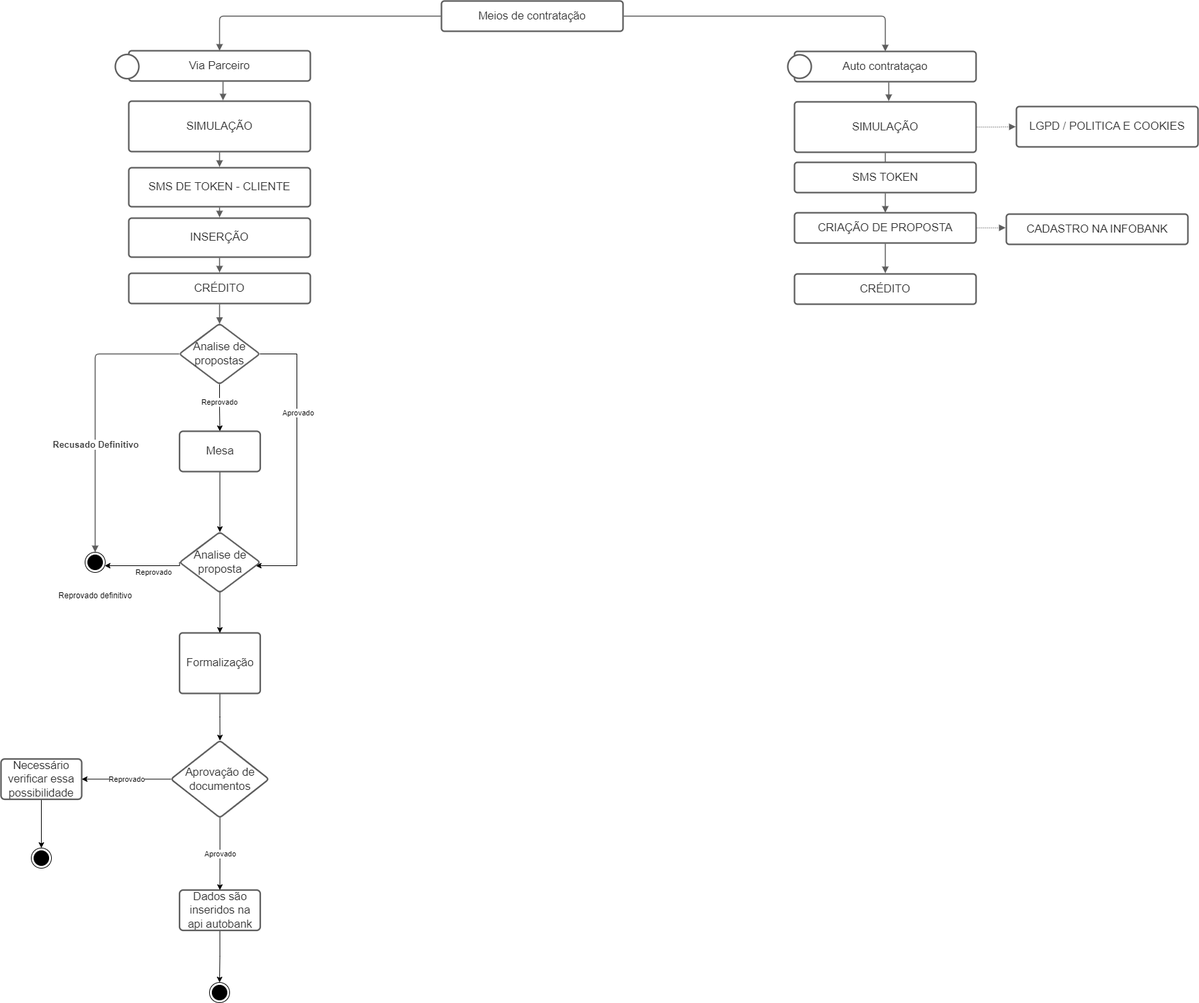
The draw.io diagram Meios de contratação.drawio.png in uma-risadinha/Diagramas, before a commit. Source tidied: cells renumbered, new cells last; positions are measured from the earlier drawing's top-left corner, leaving out a move shared by most shapes.
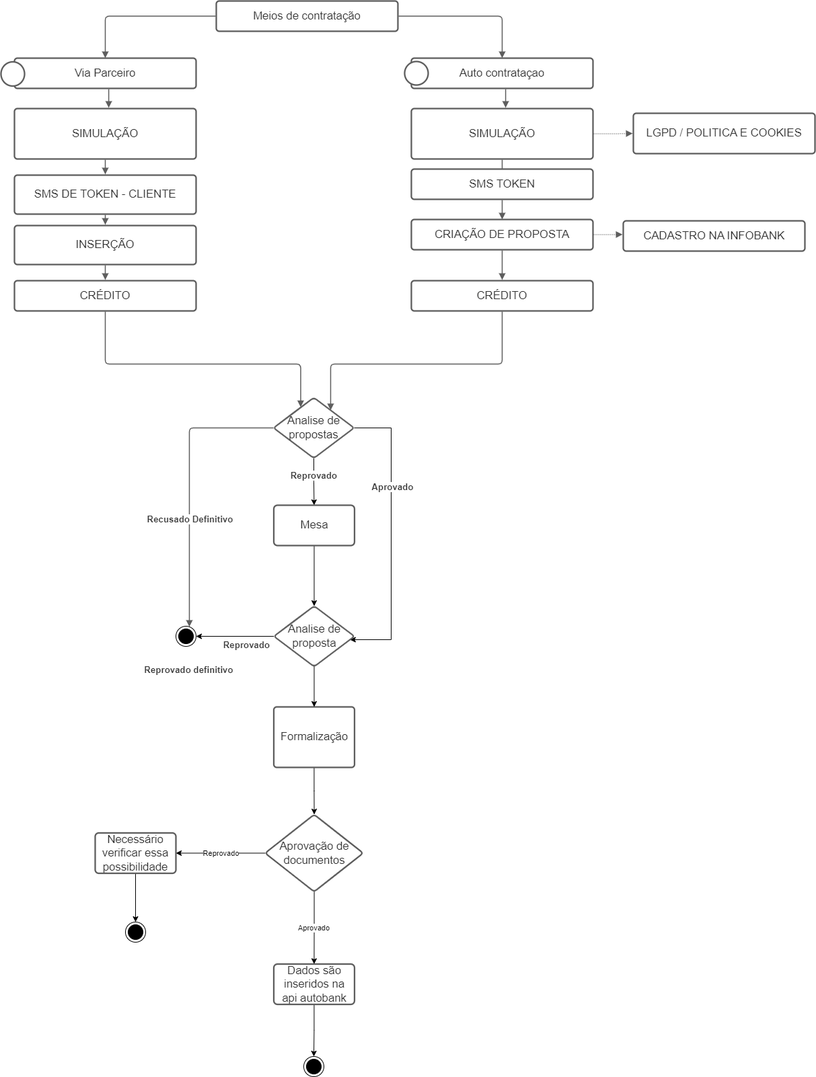
The same diagram one commit later.

What changed in the source:
```diff
@@ -3,16 +3,16 @@
     <mxCell id="0" />
     <mxCell id="1" parent="0" />
     <mxCell id="2" value="SMS DE TOKEN - CLIENTE" style="html=1;overflow=block;blockSpacing=1;whiteSpace=wrap;fontSize=16.7;fontColor=#333333;spacing=9;strokeColor=#5e5e5e;strokeOpacity=100;rounded=1;absoluteArcSize=1;arcSize=9;strokeWidth=2.3;" parent="1" vertex="1">
-      <mxGeometry x="190" y="248" width="270" height="58" as="geometry" />
+      <mxGeometry x="370" y="219" width="270" height="58" as="geometry" />
     </mxCell>
     <mxCell id="3" value="INSERÇÃO" style="html=1;overflow=block;blockSpacing=1;whiteSpace=wrap;fontSize=16.7;fontColor=#333333;spacing=9;strokeColor=#5e5e5e;strokeOpacity=100;rounded=1;absoluteArcSize=1;arcSize=9;strokeWidth=2.3;" parent="1" vertex="1">
-      <mxGeometry x="190" y="323" width="270" height="58" as="geometry" />
+      <mxGeometry x="370" y="294" width="270" height="58" as="geometry" />
     </mxCell>
     <mxCell id="4" value="CRÉDITO" style="html=1;overflow=block;blockSpacing=1;whiteSpace=wrap;fontSize=16.7;fontColor=#333333;spacing=9;strokeColor=#5e5e5e;strokeOpacity=100;rounded=1;absoluteArcSize=1;arcSize=9;strokeWidth=2.3;" parent="1" vertex="1">
-      <mxGeometry x="190" y="405" width="270" height="45" as="geometry" />
+      <mxGeometry x="370" y="376" width="270" height="45" as="geometry" />
     </mxCell>
     <mxCell id="5" value="SIMULAÇÃO" style="html=1;overflow=block;blockSpacing=1;whiteSpace=wrap;fontSize=16.7;fontColor=#333333;spacing=3.8;strokeColor=#5e5e5e;strokeOpacity=100;rounded=1;absoluteArcSize=1;arcSize=9;strokeWidth=2.3;" parent="1" vertex="1">
-      <mxGeometry x="190" y="149" width="270" height="75" as="geometry" />
+      <mxGeometry x="370" y="120" width="270" height="75" as="geometry" />
     </mxCell>
     <mxCell id="6" style="html=1;jettySize=18;whiteSpace=wrap;fontSize=13;strokeColor=#5E5E5E;strokeWidth=1.5;rounded=1;arcSize=12;edgeStyle=orthogonalEdgeStyle;startArrow=none;endArrow=block;endFill=1;exitX=0.5;exitY=1.015;exitPerimeter=0;entryX=0.5;entryY=-0.019;entryPerimeter=0;" parent="1" edge="1" source="5" target="2">
       <mxGeometry relative="1" as="geometry" />
@@ -24,50 +24,58 @@
       <mxGeometry relative="1" as="geometry" />
     </mxCell>
     <mxCell id="9" value="Via Parceiro" style="html=1;overflow=block;blockSpacing=1;whiteSpace=wrap;fontSize=16.7;fontColor=#333333;spacing=9;strokeColor=#5e5e5e;strokeOpacity=100;rounded=1;absoluteArcSize=1;arcSize=9;strokeWidth=2.3;" parent="1" vertex="1">
-      <mxGeometry x="190" y="74" width="270" height="45" as="geometry" />
+      <mxGeometry x="370" y="45" width="270" height="45" as="geometry" />
     </mxCell>
     <mxCell id="10" style="html=1;jettySize=18;whiteSpace=wrap;fontSize=13;strokeColor=#5E5E5E;strokeWidth=1.5;rounded=1;arcSize=12;edgeStyle=orthogonalEdgeStyle;startArrow=none;endArrow=block;endFill=1;exitX=0.519;exitY=1.024;exitPerimeter=0;entryX=0.519;entryY=-0.015;entryPerimeter=0;" parent="1" edge="1" source="9" target="5">
       <mxGeometry relative="1" as="geometry" />
     </mxCell>
     <mxCell id="11" value="SIMULAÇÃO" style="html=1;overflow=block;blockSpacing=1;whiteSpace=wrap;fontSize=16.7;fontColor=#333333;spacing=3.8;strokeColor=#5e5e5e;strokeOpacity=100;rounded=1;absoluteArcSize=1;arcSize=9;strokeWidth=2.3;" parent="1" vertex="1">
-      <mxGeometry x="1180" y="150" width="270" height="75" as="geometry" />
+      <mxGeometry x="960" y="120" width="270" height="75" as="geometry" />
     </mxCell>
     <mxCell id="12" value="Auto contrataçao" style="html=1;overflow=block;blockSpacing=1;whiteSpace=wrap;fontSize=16.7;fontColor=#333333;spacing=9;strokeColor=#5e5e5e;strokeOpacity=100;rounded=1;absoluteArcSize=1;arcSize=9;strokeWidth=2.3;" parent="1" vertex="1">
-      <mxGeometry x="1180" y="75" width="270" height="45" as="geometry" />
+      <mxGeometry x="960" y="45" width="270" height="45" as="geometry" />
     </mxCell>
     <mxCell id="13" style="html=1;jettySize=18;whiteSpace=wrap;fontSize=13;strokeColor=#5E5E5E;strokeWidth=1.5;rounded=1;arcSize=12;edgeStyle=orthogonalEdgeStyle;startArrow=none;endArrow=block;endFill=1;exitX=0.519;exitY=1.024;exitPerimeter=0;entryX=0.519;entryY=-0.015;entryPerimeter=0;" parent="1" edge="1" source="12" target="11">
       <mxGeometry relative="1" as="geometry" />
     </mxCell>
     <mxCell id="14" style="html=1;jettySize=18;whiteSpace=wrap;fontSize=13;strokeColor=#5E5E5E;strokeWidth=1.5;rounded=1;arcSize=12;edgeStyle=orthogonalEdgeStyle;startArrow=none;endArrow=block;endFill=1;exitX=0.5;exitY=1.015;exitPerimeter=0;" parent="1" edge="1" source="11">
       <mxGeometry relative="1" as="geometry">
-        <mxPoint x="1315" y="255" as="targetPoint" />
+        <mxPoint x="1095" y="225" as="targetPoint" />
       </mxGeometry>
     </mxCell>
     <mxCell id="15" value="SMS TOKEN" style="html=1;overflow=block;blockSpacing=1;whiteSpace=wrap;fontSize=16.7;fontColor=#333333;spacing=9;strokeColor=#5e5e5e;strokeOpacity=100;rounded=1;absoluteArcSize=1;arcSize=9;strokeWidth=2.3;" parent="1" vertex="1">
-      <mxGeometry x="1180" y="240" width="270" height="45" as="geometry" />
+      <mxGeometry x="960" y="210" width="270" height="45" as="geometry" />
     </mxCell>
     <mxCell id="16" style="html=1;jettySize=18;whiteSpace=wrap;fontSize=13;strokeColor=#5E5E5E;strokeWidth=1.5;rounded=1;arcSize=12;edgeStyle=orthogonalEdgeStyle;startArrow=none;endArrow=block;endFill=1;exitX=0.5;exitY=1.024;exitPerimeter=0;" parent="1" edge="1" source="15">
       <mxGeometry relative="1" as="geometry">
-        <mxPoint x="1315" y="315" as="targetPoint" />
+        <mxPoint x="1095" y="285" as="targetPoint" />
       </mxGeometry>
     </mxCell>
     <mxCell id="17" value="CRIAÇÃO DE PROPOSTA " style="html=1;overflow=block;blockSpacing=1;whiteSpace=wrap;fontSize=16.7;fontColor=#333333;spacing=9;strokeColor=#5e5e5e;strokeOpacity=100;rounded=1;absoluteArcSize=1;arcSize=9;strokeWidth=2.3;" parent="1" vertex="1">
-      <mxGeometry x="1180" y="315" width="270" height="45" as="geometry" />
+      <mxGeometry x="960" y="285" width="270" height="45" as="geometry" />
     </mxCell>
     <mxCell id="18" style="html=1;jettySize=18;whiteSpace=wrap;fontSize=13;strokeColor=#5E5E5E;dashed=1;fixDash=1;dashPattern=1 2;strokeWidth=1.5;rounded=1;arcSize=12;edgeStyle=orthogonalEdgeStyle;startArrow=none;endArrow=block;endFill=1;exitX=1.004;exitY=0.5;exitPerimeter=0;entryX=-0.004;entryY=0.451;entryPerimeter=0;" parent="1" edge="1" source="17" target="19">
       <mxGeometry relative="1" as="geometry" />
     </mxCell>
     <mxCell id="19" value="CADASTRO NA INFOBANK" style="html=1;overflow=block;blockSpacing=1;whiteSpace=wrap;fontSize=16.7;fontColor=#333333;spacing=9;strokeColor=#5e5e5e;strokeOpacity=100;rounded=1;absoluteArcSize=1;arcSize=9;strokeWidth=2.3;" parent="1" vertex="1">
-      <mxGeometry x="1495" y="317" width="270" height="45" as="geometry" />
+      <mxGeometry x="1275" y="287" width="270" height="45" as="geometry" />
     </mxCell>
+    <mxCell id="55" style="html=1;jettySize=18;whiteSpace=wrap;fontSize=13;strokeColor=#5E5E5E;strokeWidth=1.5;rounded=1;arcSize=12;edgeStyle=orthogonalEdgeStyle;startArrow=none;endArrow=block;endFill=1;exitX=0.5;exitY=1.024;exitPerimeter=0;" parent="1" edge="1" source="20" target="31">
+      <mxGeometry relative="1" as="geometry">
+        <Array as="points">
+          <mxPoint x="1095" y="500" />
+          <mxPoint x="840" y="500" />
+        </Array>
+      </mxGeometry>
+    </mxCell>
     <mxCell id="20" value="CRÉDITO " style="html=1;overflow=block;blockSpacing=1;whiteSpace=wrap;fontSize=16.7;fontColor=#333333;spacing=9;strokeColor=#5e5e5e;strokeOpacity=100;rounded=1;absoluteArcSize=1;arcSize=9;strokeWidth=2.3;" parent="1" vertex="1">
-      <mxGeometry x="1180" y="406" width="270" height="45" as="geometry" />
+      <mxGeometry x="960" y="376" width="270" height="45" as="geometry" />
     </mxCell>
     <mxCell id="21" style="html=1;jettySize=18;whiteSpace=wrap;fontSize=13;strokeColor=#5E5E5E;strokeWidth=1.5;rounded=1;arcSize=12;edgeStyle=orthogonalEdgeStyle;startArrow=none;endArrow=block;endFill=1;exitX=0.5;exitY=1.024;exitPerimeter=0;entryX=0.5;entryY=-0.024;entryPerimeter=0;" parent="1" edge="1" source="17" target="20">
       <mxGeometry relative="1" as="geometry" />
     </mxCell>
     <mxCell id="22" value="Meios de contratação" style="html=1;overflow=block;blockSpacing=1;whiteSpace=wrap;fontSize=16.7;fontColor=#333333;spacing=9;strokeColor=#5e5e5e;strokeOpacity=100;rounded=1;absoluteArcSize=1;arcSize=9;strokeWidth=2.3;" parent="1" vertex="1">
-      <mxGeometry x="655" width="270" height="45" as="geometry" />
+      <mxGeometry x="670" y="-40" width="270" height="45" as="geometry" />
     </mxCell>
     <mxCell id="23" style="html=1;jettySize=18;whiteSpace=wrap;fontSize=13;strokeColor=#5E5E5E;strokeWidth=1.5;rounded=1;arcSize=12;edgeStyle=orthogonalEdgeStyle;startArrow=none;endArrow=block;endFill=1;exitX=-0.004;exitY=0.5;exitPerimeter=0;entryX=0.5;entryY=0;entryDx=0;entryDy=0;" parent="1" edge="1" source="22" target="9">
       <mxGeometry relative="1" as="geometry" />
@@ -76,20 +84,25 @@
       <mxGeometry relative="1" as="geometry" />
     </mxCell>
     <mxCell id="25" value="LGPD / POLITICA E COOKIES" style="html=1;overflow=block;blockSpacing=1;whiteSpace=wrap;fontSize=16.7;fontColor=#333333;spacing=3.8;strokeColor=#5e5e5e;strokeOpacity=100;rounded=1;absoluteArcSize=1;arcSize=9;strokeWidth=2.3;" parent="1" vertex="1">
-      <mxGeometry x="1510" y="157" width="270" height="60" as="geometry" />
+      <mxGeometry x="1290" y="127" width="270" height="60" as="geometry" />
     </mxCell>
-    <mxCell id="26" style="html=1;jettySize=18;whiteSpace=wrap;fontSize=13;strokeColor=#5E5E5E;strokeWidth=1.5;rounded=1;arcSize=12;edgeStyle=orthogonalEdgeStyle;startArrow=none;endArrow=block;endFill=1;exitX=0.5;exitY=1.024;exitPerimeter=0;entryX=0.5;entryY=0.004;entryPerimeter=0;" parent="1" edge="1" source="4" target="31">
-      <mxGeometry relative="1" as="geometry" />
+    <mxCell id="26" style="html=1;jettySize=18;whiteSpace=wrap;fontSize=13;strokeColor=#5E5E5E;strokeWidth=1.5;rounded=1;arcSize=12;edgeStyle=orthogonalEdgeStyle;startArrow=none;endArrow=block;endFill=1;exitX=0.5;exitY=1.024;exitPerimeter=0;entryX=0.337;entryY=0.157;entryPerimeter=0;entryDx=0;entryDy=0;" parent="1" edge="1" source="4" target="31">
+      <mxGeometry relative="1" as="geometry">
+        <Array as="points">
+          <mxPoint x="505" y="500" />
+          <mxPoint x="795" y="500" />
+        </Array>
+      </mxGeometry>
     </mxCell>
     <mxCell id="27" style="edgeStyle=orthogonalEdgeStyle;rounded=0;jettySize=auto;html=1;" parent="1" edge="1" source="31" target="38">
       <mxGeometry relative="1" as="geometry">
         <Array as="points">
-          <mxPoint x="440" y="525" />
-          <mxPoint x="440" y="840" />
+          <mxPoint x="930" y="595" />
+          <mxPoint x="930" y="910" />
         </Array>
       </mxGeometry>
     </mxCell>
-    <mxCell id="28" value="Aprovado" style="edgeLabel;html=1;align=center;verticalAlign=middle;" parent="27" vertex="1">
+    <mxCell id="28" value="Aprovado" style="text;html=1;labelBackgroundColor=default;align=center;verticalAlign=middle;fontStyle=1;fontColor=#333333;fontSize=13.3;" parent="27" vertex="1">
       <mxGeometry x="-0.07" y="1" relative="1" as="geometry">
         <mxPoint y="-58" as="offset" />
       </mxGeometry>
@@ -97,22 +110,22 @@
     <mxCell id="29" style="edgeStyle=orthogonalEdgeStyle;rounded=0;jettySize=auto;html=1;" parent="1" edge="1" source="31" target="54">
       <mxGeometry relative="1" as="geometry" />
     </mxCell>
-    <mxCell id="30" value="Reprovado" style="edgeLabel;html=1;align=center;verticalAlign=middle;" parent="29" vertex="1">
+    <mxCell id="30" value="Reprovado" style="text;html=1;labelBackgroundColor=default;align=center;verticalAlign=middle;fontStyle=1;fontColor=#333333;fontSize=13.3;" parent="29" vertex="1">
       <mxGeometry x="-0.27" y="-1" relative="1" as="geometry" />
     </mxCell>
     <mxCell id="31" value="Analise de propostas" style="html=1;overflow=block;blockSpacing=1;whiteSpace=wrap;rhombus;fontSize=16.7;fontColor=#333333;spacing=3.8;strokeColor=#5e5e5e;strokeOpacity=100;rounded=1;absoluteArcSize=1;arcSize=9;strokeWidth=2.3;" parent="1" vertex="1">
-      <mxGeometry x="265" y="480" width="120" height="90" as="geometry" />
+      <mxGeometry x="755" y="550" width="120" height="90" as="geometry" />
     </mxCell>
     <mxCell id="32" style="edgeStyle=orthogonalEdgeStyle;rounded=0;jettySize=auto;html=1;" parent="1" edge="1" source="33" target="46">
       <mxGeometry relative="1" as="geometry" />
     </mxCell>
     <mxCell id="33" value="Formalização" style="html=1;overflow=block;blockSpacing=1;whiteSpace=wrap;fontSize=16.7;fontColor=#333333;spacing=9;strokeColor=#5e5e5e;strokeOpacity=100;rounded=1;absoluteArcSize=1;arcSize=9;strokeWidth=2.3;" parent="1" vertex="1">
-      <mxGeometry x="265.5" y="940" width="120" height="90" as="geometry" />
+      <mxGeometry x="755.5" y="1010" width="120" height="90" as="geometry" />
     </mxCell>
     <mxCell id="34" style="html=1;jettySize=18;whiteSpace=wrap;fontSize=13.3;fontColor=#333333;fontStyle=1;strokeColor=#5E5E5E;strokeWidth=1.5;rounded=1;arcSize=12;edgeStyle=orthogonalEdgeStyle;startArrow=none;endArrow=block;endFill=1;" parent="1" edge="1" source="31" target="42">
       <mxGeometry relative="1" as="geometry">
         <Array as="points">
-          <mxPoint x="140" y="525" />
+          <mxPoint x="630" y="595" />
         </Array>
       </mxGeometry>
     </mxCell>
@@ -121,33 +134,36 @@
         <mxPoint y="77" as="offset" />
       </mxGeometry>
     </mxCell>
-    <mxCell id="36" value="Reprovado" style="edgeStyle=orthogonalEdgeStyle;rounded=0;jettySize=auto;html=1;exitX=0;exitY=0.5;exitDx=0;exitDy=0;" parent="1" edge="1" source="38" target="42">
+    <mxCell id="36" value="Reprovado" style="text;html=1;labelBackgroundColor=default;align=center;verticalAlign=middle;fontStyle=1;fontColor=#333333;fontSize=13.3;" parent="1" edge="1" source="38" target="42">
       <mxGeometry x="-0.24" y="10" relative="1" as="geometry">
         <Array as="points">
-          <mxPoint x="266" y="840" />
+          <mxPoint x="756" y="910" />
         </Array>
       </mxGeometry>
     </mxCell>
     <mxCell id="37" style="edgeStyle=orthogonalEdgeStyle;rounded=0;jettySize=auto;html=1;" parent="1" edge="1" source="38" target="33">
       <mxGeometry relative="1" as="geometry" />
     </mxCell>
+    <mxCell id="56" style="edgeStyle=orthogonalEdgeStyle;rounded=0;jettySize=auto;html=1;" parent="1" edge="1" source="38" target="42">
+      <mxGeometry relative="1" as="geometry" />
+    </mxCell>
     <mxCell id="38" value="Analise de proposta" style="html=1;overflow=block;blockSpacing=1;whiteSpace=wrap;rhombus;fontSize=16.7;fontColor=#333333;spacing=3.8;strokeColor=#5e5e5e;strokeOpacity=100;rounded=1;absoluteArcSize=1;arcSize=9;strokeWidth=2.3;" parent="1" vertex="1">
-      <mxGeometry x="265.5" y="790" width="120" height="90" as="geometry" />
+      <mxGeometry x="755.5" y="860" width="120" height="90" as="geometry" />
     </mxCell>
     <mxCell id="39" style="html=1;overflow=block;blockSpacing=1;whiteSpace=wrap;shape=mxgraph.bpmn.shape;verticalLabelPosition=bottom;verticalAlign=top;outline=standard;fontSize=13;spacing=0;strokeColor=#5e5e5e;strokeOpacity=100;rounded=1;absoluteArcSize=1;arcSize=9;strokeWidth=2.3;" parent="1" vertex="1">
-      <mxGeometry x="170" y="79.5" width="35" height="36" as="geometry" />
+      <mxGeometry x="350" y="50.5" width="35" height="36" as="geometry" />
     </mxCell>
     <mxCell id="40" style="html=1;overflow=block;blockSpacing=1;whiteSpace=wrap;shape=mxgraph.bpmn.shape;verticalLabelPosition=bottom;verticalAlign=top;outline=standard;fontSize=13;spacing=0;strokeColor=#5e5e5e;strokeOpacity=100;rounded=1;absoluteArcSize=1;arcSize=9;strokeWidth=2.3;" parent="1" vertex="1">
-      <mxGeometry x="1170" y="80" width="35" height="35" as="geometry" />
+      <mxGeometry x="950" y="50" width="35" height="35" as="geometry" />
     </mxCell>
     <mxCell id="41" style="html=1;jettySize=18;whiteSpace=wrap;fontSize=13;strokeColor=#5E5E5E;strokeWidth=1.5;rounded=1;arcSize=12;edgeStyle=orthogonalEdgeStyle;startArrow=none;endArrow=block;endFill=1;exitX=1.004;exitY=0.5;exitPerimeter=0;entryX=0.5;entryY=0;entryDx=0;entryDy=0;" parent="1" edge="1" source="22" target="12">
       <mxGeometry relative="1" as="geometry" />
     </mxCell>
     <mxCell id="42" value="&amp;nbsp;" style="ellipse;html=1;shape=endState;fillColor=strokeColor;" parent="1" vertex="1">
-      <mxGeometry x="125" y="820" width="30" height="30" as="geometry" />
+      <mxGeometry x="610" y="890" width="30" height="30" as="geometry" />
     </mxCell>
-    <mxCell id="43" value="Reprovado definitivo" style="text;html=1;align=center;verticalAlign=middle;strokeColor=none;fillColor=none;" parent="1" vertex="1">
-      <mxGeometry x="75" y="870" width="130" height="30" as="geometry" />
+    <mxCell id="43" value="Reprovado definitivo" style="text;html=1;labelBackgroundColor=default;align=center;verticalAlign=middle;fontStyle=1;fontColor=#333333;fontSize=13.3;" parent="1" vertex="1">
+      <mxGeometry x="564" y="940" width="130" height="30" as="geometry" />
     </mxCell>
     <mxCell id="44" value="Aprovado" style="edgeStyle=orthogonalEdgeStyle;rounded=0;jettySize=auto;html=1;" parent="1" edge="1" source="46" target="48">
       <mxGeometry relative="1" as="geometry" />
@@ -156,31 +172,31 @@
       <mxGeometry relative="1" as="geometry" />
     </mxCell>
     <mxCell id="46" value="Aprovação de documentos" style="rhombus;whiteSpace=wrap;html=1;fontSize=16.7;fillColor=rgb(255, 255, 255);strokeColor=#5e5e5e;fontColor=#333333;spacing=9;rounded=1;arcSize=9;strokeWidth=2.3;" parent="1" vertex="1">
-      <mxGeometry x="252.8" y="1100" width="145.5" height="115" as="geometry" />
+      <mxGeometry x="742.8" y="1170" width="145.5" height="115" as="geometry" />
     </mxCell>
     <mxCell id="47" style="edgeStyle=orthogonalEdgeStyle;rounded=0;jettySize=auto;html=1;" parent="1" edge="1" source="48" target="52">
       <mxGeometry relative="1" as="geometry" />
     </mxCell>
     <mxCell id="48" value="Dados são inseridos na api autobank" style="whiteSpace=wrap;html=1;fontSize=16.7;fillColor=rgb(255, 255, 255);strokeColor=#5e5e5e;fontColor=#333333;spacing=9;rounded=1;arcSize=9;strokeWidth=2.3;" parent="1" vertex="1">
-      <mxGeometry x="265.5" y="1322.5" width="120" height="60" as="geometry" />
+      <mxGeometry x="755.5" y="1392.5" width="120" height="60" as="geometry" />
     </mxCell>
     <mxCell id="49" style="edgeStyle=orthogonalEdgeStyle;rounded=0;jettySize=auto;html=1;" parent="1" edge="1" source="50" target="51">
       <mxGeometry relative="1" as="geometry" />
     </mxCell>
     <mxCell id="50" value="Necessário verificar essa possibilidade" style="whiteSpace=wrap;html=1;fontSize=16.7;fillColor=rgb(255, 255, 255);strokeColor=#5e5e5e;fontColor=#333333;spacing=9;rounded=1;arcSize=9;strokeWidth=2.3;" parent="1" vertex="1">
-      <mxGeometry y="1127.5" width="120" height="60" as="geometry" />
+      <mxGeometry x="490" y="1197.5" width="120" height="60" as="geometry" />
     </mxCell>
     <mxCell id="51" style="ellipse;html=1;shape=endState;fillColor=strokeColor;" parent="1" vertex="1">
-      <mxGeometry x="45" y="1260" width="30" height="30" as="geometry" />
+      <mxGeometry x="535" y="1330" width="30" height="30" as="geometry" />
     </mxCell>
     <mxCell id="52" style="ellipse;html=1;shape=endState;fillColor=strokeColor;" parent="1" vertex="1">
-      <mxGeometry x="310" y="1460" width="30" height="30" as="geometry" />
+      <mxGeometry x="800" y="1530" width="30" height="30" as="geometry" />
     </mxCell>
     <mxCell id="53" style="edgeStyle=orthogonalEdgeStyle;rounded=0;jettySize=auto;html=1;" parent="1" edge="1" source="54" target="38">
       <mxGeometry relative="1" as="geometry" />
     </mxCell>
     <mxCell id="54" value="Mesa" style="whiteSpace=wrap;html=1;fontSize=16.7;fillColor=rgb(255, 255, 255);strokeColor=#5e5e5e;fontColor=#333333;spacing=3.8;rounded=1;arcSize=9;strokeWidth=2.3;" parent="1" vertex="1">
-      <mxGeometry x="265.5" y="640" width="120" height="60" as="geometry" />
+      <mxGeometry x="755.5" y="710" width="120" height="60" as="geometry" />
     </mxCell>
   </root>
 </mxGraphModel>
```
